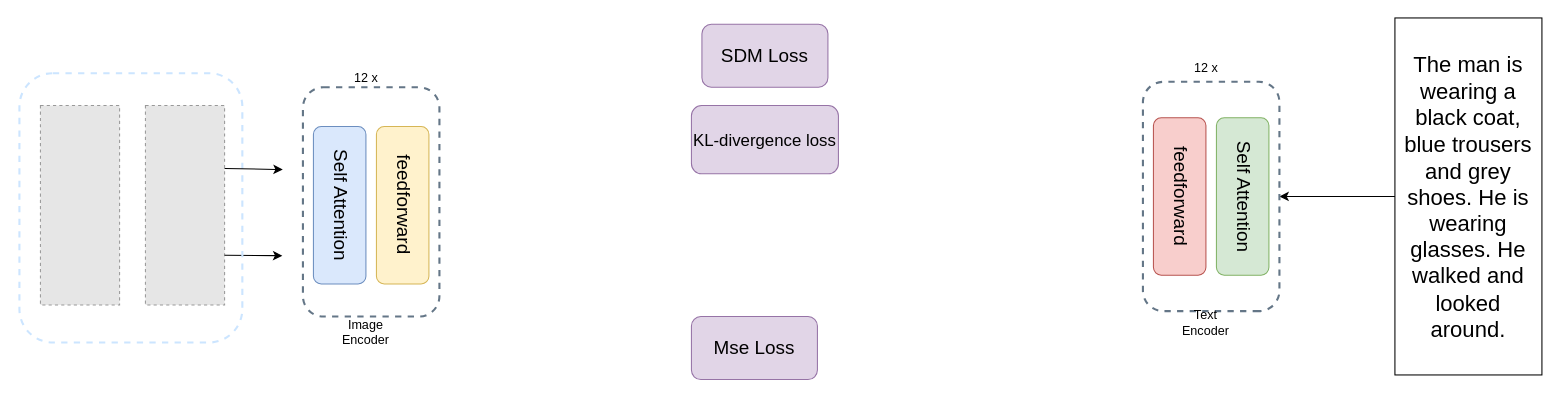
Above: 11.7mse+kl.drawio in CZYdeGithub/drawio (draw.io), before the change. Source tidied: cells renumbered, new cells numbered last; positions are measured from the earlier drawing's top-left corner, leaving out a move shared by most shapes. Both pictures are drawn from the tidied source at 105%, with x=0, y=0 at pixel (19, 18). Pictures stored in the file or linked from it are replaced by grey dashed boxes.
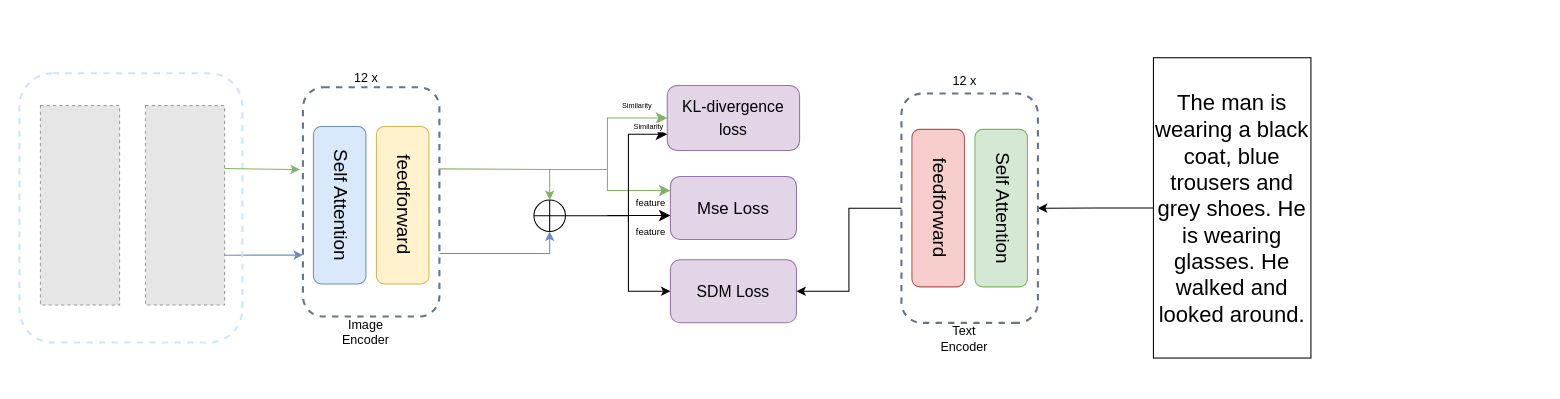
Above is the later version.

Unchanged cells that the change refers to:
```xml
<mxCell id="4" style="fillColor=#E6E6E6;strokeColor=#999999;dashed=1;verticalLabelPosition=bottom;labelBackgroundColor=default;verticalAlign=top;" parent="1" vertex="1">
  <mxGeometry x="120" y="83" width="75.4" height="190" as="geometry" />
</mxCell>
<mxCell id="11" style="rounded=1;whiteSpace=wrap;html=1;fillColor=none;strokeColor=#647687;dashed=1;strokeWidth=2;" parent="1" vertex="1">
  <mxGeometry x="270" y="65.6" width="130" height="218.4" as="geometry" />
</mxCell>
```

The edit, as a diff of the source:
```diff
@@
     <mxCell id="3" value="The man is wearing a black coat, blue trousers and grey shoes. He is wearing glasses. He walked and looked around." style="text;html=1;align=center;verticalAlign=middle;whiteSpace=wrap;rounded=0;strokeColor=default;fontSize=21;direction=south;" parent="1" vertex="1">
-      <mxGeometry x="1310" y="-0.4" width="140" height="340" as="geometry" />
+      <mxGeometry x="1080" y="37.5" width="150" height="286" as="geometry" />
     </mxCell>
@@
-    <mxCell id="6" value="SDM Loss" style="rounded=1;whiteSpace=wrap;html=1;fontSize=18;fillColor=#e1d5e7;strokeColor=#9673a6;" parent="1" vertex="1">
-      <mxGeometry x="650" y="5.6" width="120" height="60" as="geometry" />
+    <mxCell id="6" value="&lt;font style=&quot;font-size: 15px;&quot;&gt;SDM Loss&lt;/font&gt;" style="rounded=1;whiteSpace=wrap;html=1;fontSize=18;fillColor=#e1d5e7;strokeColor=#9673a6;" parent="1" vertex="1">
+      <mxGeometry x="620" y="229.9" width="120" height="60" as="geometry" />
     </mxCell>
-    <mxCell id="7" value="&lt;font style=&quot;font-size: 16px;&quot;&gt;KL-divergence loss&lt;/font&gt;" style="rounded=1;whiteSpace=wrap;html=1;fillColor=#e1d5e7;strokeColor=#9673a6;align=center;verticalAlign=middle;" parent="1" vertex="1">
-      <mxGeometry x="640" y="83" width="140" height="65" as="geometry" />
+    <mxCell id="7" value="&lt;font style=&quot;font-size: 15px;&quot;&gt;KL-divergence loss&lt;/font&gt;" style="rounded=1;whiteSpace=wrap;html=1;fillColor=#e1d5e7;strokeColor=#9673a6;align=center;verticalAlign=middle;fontFamily=Helvetica;fontSize=18;fontColor=default;" parent="1" vertex="1">
+      <mxGeometry x="617" y="64" width="126" height="61.8" as="geometry" />
     </mxCell>
-    <mxCell id="8" style="endArrow=classic;html=1;rounded=0;exitX=1;exitY=0.75;exitDx=0;exitDy=0;entryX=0;entryY=0.25;entryDx=0;entryDy=0;" parent="1" edge="1" source="4">
-      <mxGeometry relative="1" as="geometry">
-        <mxPoint x="250.4" y="226" as="targetPoint" />
-      </mxGeometry>
+    <mxCell id="8" style="endArrow=classic;html=1;rounded=0;exitX=1;exitY=0.75;exitDx=0;exitDy=0;entryX=0;entryY=0.732;entryDx=0;entryDy=0;entryPerimeter=0;fillColor=#dae8fc;strokeColor=#6c8ebf;" parent="1" edge="1" source="4" target="11">
+      <mxGeometry relative="1" as="geometry" />
     </mxCell>
@@
-    <mxCell id="10" style="endArrow=classic;html=1;rounded=0;exitX=1;exitY=0.75;exitDx=0;exitDy=0;entryX=0;entryY=0.25;entryDx=0;entryDy=0;" parent="1" edge="1">
+    <mxCell id="10" style="endArrow=classic;html=1;rounded=0;exitX=1;exitY=0.75;exitDx=0;exitDy=0;fillColor=#d5e8d4;strokeColor=#82b366;" parent="1" edge="1">
       <mxGeometry relative="1" as="geometry">
         <mxPoint x="195.4" y="143" as="sourcePoint" />
-        <mxPoint x="250.8" y="144" as="targetPoint" />
+        <mxPoint x="267" y="144" as="targetPoint" />
       </mxGeometry>
     </mxCell>
@@
+    <mxCell id="22" style="edgeStyle=orthogonalEdgeStyle;rounded=0;jettySize=auto;html=1;exitX=1;exitY=0.5;exitDx=0;exitDy=0;entryX=1;entryY=0.5;entryDx=0;entryDy=0;" parent="1" edge="1" source="16" target="6">
+      <mxGeometry relative="1" as="geometry" />
+    </mxCell>
     <mxCell id="16" style="rounded=1;whiteSpace=wrap;html=1;fillColor=none;strokeColor=#647687;dashed=1;strokeWidth=2;direction=west;" parent="1" vertex="1">
-      <mxGeometry x="1070" y="60.4" width="130" height="218.4" as="geometry" />
+      <mxGeometry x="840" y="71.6" width="130" height="218.4" as="geometry" />
     </mxCell>
     <mxCell id="17" value="Self Attention" style="rounded=1;whiteSpace=wrap;html=1;textDirection=vertical-lr;fontSize=18;fillColor=#d5e8d4;strokeColor=#82b366;" parent="1" vertex="1">
-      <mxGeometry x="1140" y="94.6" width="50" height="150" as="geometry" />
+      <mxGeometry x="910" y="105.7" width="50" height="150" as="geometry" />
     </mxCell>
     <mxCell id="18" value="feedforward" style="rounded=1;whiteSpace=wrap;html=1;textDirection=vertical-rl;fontSize=18;fillColor=#f8cecc;strokeColor=#b85450;" parent="1" vertex="1">
-      <mxGeometry x="1080" y="94.6" width="50" height="150" as="geometry" />
+      <mxGeometry x="850" y="105.7" width="50" height="150" as="geometry" />
     </mxCell>
     <mxCell id="19" value="12 x" style="text;html=1;align=center;verticalAlign=middle;strokeColor=none;fillColor=none;" parent="1" vertex="1">
-      <mxGeometry x="1105" y="33.3" width="50" height="30" as="geometry" />
+      <mxGeometry x="875" y="44.5" width="50" height="30" as="geometry" />
     </mxCell>
     <mxCell id="20" value="Text Encoder" style="text;html=1;align=center;verticalAlign=middle;whiteSpace=wrap;rounded=0;" parent="1" vertex="1">
-      <mxGeometry x="1100" y="275.3" width="60" height="30" as="geometry" />
+      <mxGeometry x="870" y="289.9" width="60" height="30" as="geometry" />
     </mxCell>
-    <mxCell id="21" value="Mse Loss" style="rounded=1;whiteSpace=wrap;html=1;fontSize=18;fillColor=#e1d5e7;strokeColor=#9673a6;" parent="1" vertex="1">
-      <mxGeometry x="640" y="284" width="120" height="60" as="geometry" />
+    <mxCell id="21" value="&lt;font style=&quot;font-size: 16px;&quot;&gt;Mse Loss&lt;/font&gt;" style="rounded=1;whiteSpace=wrap;html=1;fontSize=18;fillColor=#e1d5e7;strokeColor=#9673a6;" parent="1" vertex="1">
+      <mxGeometry x="620" y="150.5" width="120" height="60" as="geometry" />
     </mxCell>
+    <mxCell id="23" style="endArrow=classic;html=1;rounded=0;exitX=1;exitY=0.75;exitDx=0;exitDy=0;fillColor=#dae8fc;strokeColor=#6c8ebf;entryX=0.5;entryY=1;entryDx=0;entryDy=0;" parent="1" edge="1" target="25">
+      <mxGeometry relative="1" as="geometry">
+        <mxPoint x="400" y="224" as="sourcePoint" />
+        <Array as="points">
+          <mxPoint x="505" y="224" />
+        </Array>
+      </mxGeometry>
+    </mxCell>
+    <mxCell id="24" style="edgeStyle=orthogonalEdgeStyle;rounded=0;jettySize=auto;html=1;exitX=1;exitY=0.5;exitDx=0;exitDy=0;entryX=0;entryY=0.5;entryDx=0;entryDy=0;" parent="1" edge="1" source="25" target="6">
+      <mxGeometry relative="1" as="geometry">
+        <Array as="points">
+          <mxPoint x="580" y="188" />
+          <mxPoint x="580" y="260" />
+        </Array>
+      </mxGeometry>
+    </mxCell>
+    <mxCell id="25" style="shape=orEllipse;perimeter=ellipsePerimeter;whiteSpace=wrap;html=1;backgroundOutline=1;" parent="1" vertex="1">
+      <mxGeometry x="490" y="173" width="30" height="30" as="geometry" />
+    </mxCell>
+    <mxCell id="26" style="edgeStyle=segmentEdgeStyle;endArrow=classic;html=1;curved=0;rounded=0;endSize=8;startSize=8;fillColor=#d5e8d4;strokeColor=#82b366;entryX=0;entryY=0.5;entryDx=0;entryDy=0;" parent="1" edge="1" target="7">
+      <mxGeometry relative="1" as="geometry">
+        <mxPoint x="500" y="144" as="sourcePoint" />
+        <Array as="points">
+          <mxPoint x="560" y="144" />
+          <mxPoint x="560" y="94" />
+          <mxPoint x="617" y="94" />
+        </Array>
+      </mxGeometry>
+    </mxCell>
+    <mxCell id="27" value="&lt;div style=&quot;font-size: 7px;&quot;&gt;Similarity&lt;/div&gt;" style="edgeLabel;html=1;align=center;verticalAlign=middle;" parent="26" vertex="1">
+      <mxGeometry x="0.65" y="1" relative="1" as="geometry">
+        <mxPoint y="-10" as="offset" />
+      </mxGeometry>
+    </mxCell>
+    <mxCell id="28" style="endArrow=classic;html=1;rounded=0;exitX=0.995;exitY=0.356;exitDx=0;exitDy=0;fillColor=#d5e8d4;strokeColor=#82b366;entryX=0.5;entryY=0;entryDx=0;entryDy=0;exitPerimeter=0;" parent="1" edge="1" source="11" target="25">
+      <mxGeometry relative="1" as="geometry">
+        <Array as="points">
+          <mxPoint x="505" y="144" />
+        </Array>
+      </mxGeometry>
+    </mxCell>
+    <mxCell id="29" style="edgeStyle=segmentEdgeStyle;endArrow=classic;html=1;curved=0;rounded=0;endSize=8;startSize=8;fillColor=#d5e8d4;strokeColor=#82b366;" parent="1" edge="1">
+      <mxGeometry relative="1" as="geometry">
+        <mxPoint x="560" y="144" as="sourcePoint" />
+        <mxPoint x="620" y="164" as="targetPoint" />
+        <Array as="points">
+          <mxPoint x="560" y="164" />
+          <mxPoint x="620" y="164" />
+        </Array>
+      </mxGeometry>
+    </mxCell>
+    <mxCell id="30" value="feature" style="edgeLabel;html=1;align=center;verticalAlign=middle;fontSize=9;" parent="29" vertex="1">
+      <mxGeometry x="0.25" relative="1" as="geometry">
+        <mxPoint x="10" y="11" as="offset" />
+      </mxGeometry>
+    </mxCell>
+    <mxCell id="31" style="edgeStyle=segmentEdgeStyle;endArrow=classic;html=1;curved=0;rounded=0;endSize=8;startSize=8;" parent="1" edge="1">
+      <mxGeometry relative="1" as="geometry">
+        <mxPoint x="560" y="187.8" as="sourcePoint" />
+        <mxPoint x="620" y="187.8" as="targetPoint" />
+      </mxGeometry>
+    </mxCell>
+    <mxCell id="32" value="&lt;font style=&quot;font-size: 9px;&quot;&gt;feature&lt;/font&gt;" style="edgeLabel;html=1;align=center;verticalAlign=middle;" parent="31" vertex="1">
+      <mxGeometry x="0.2" y="-2" relative="1" as="geometry">
+        <mxPoint x="4" y="13" as="offset" />
+      </mxGeometry>
+    </mxCell>
+    <mxCell id="33" style="edgeStyle=segmentEdgeStyle;endArrow=classic;html=1;curved=0;rounded=0;endSize=8;startSize=8;entryX=0;entryY=0.75;entryDx=0;entryDy=0;" parent="1" edge="1" target="7">
+      <mxGeometry relative="1" as="geometry">
+        <mxPoint x="580" y="194" as="sourcePoint" />
+        <Array as="points">
+          <mxPoint x="580" y="110" />
+        </Array>
+      </mxGeometry>
+    </mxCell>
+    <mxCell id="34" value="&lt;div style=&quot;font-size: 7px;&quot;&gt;Similarity&lt;/div&gt;" style="edgeLabel;html=1;align=center;verticalAlign=middle;" parent="1" vertex="1">
+      <mxGeometry x="598.2" y="103" as="geometry" />
+    </mxCell>
```
